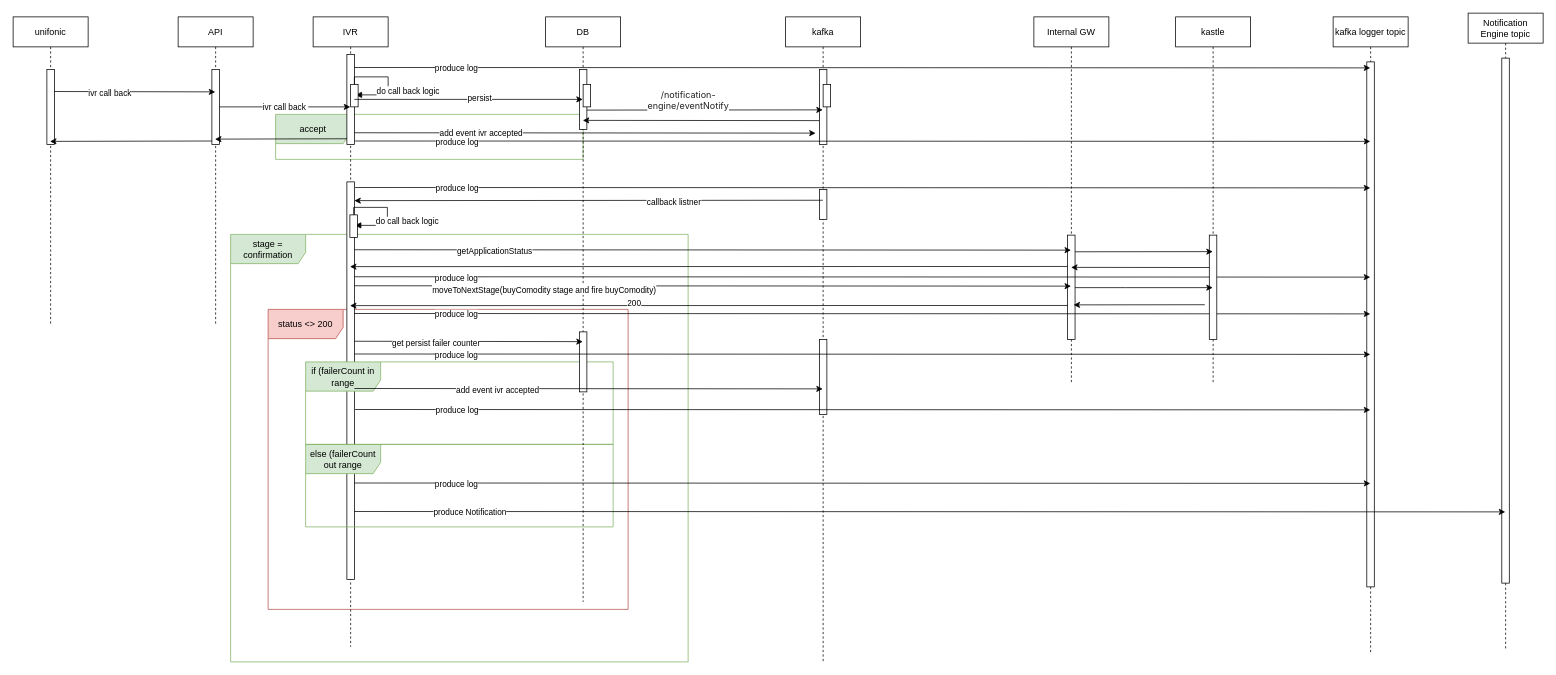
The draw.io diagram page "IVR Call Back Flow" (6 of 15) of IVR2.drawio in MHosnii/DrawIo, before the edit. Source tidied: cells renumbered, new cells numbered last; positions are measured from the earlier drawing's top-left corner, leaving out a move shared by most shapes. Both pictures are drawn from the tidied source at 75%, with x=0, y=0 at pixel (13, 13).
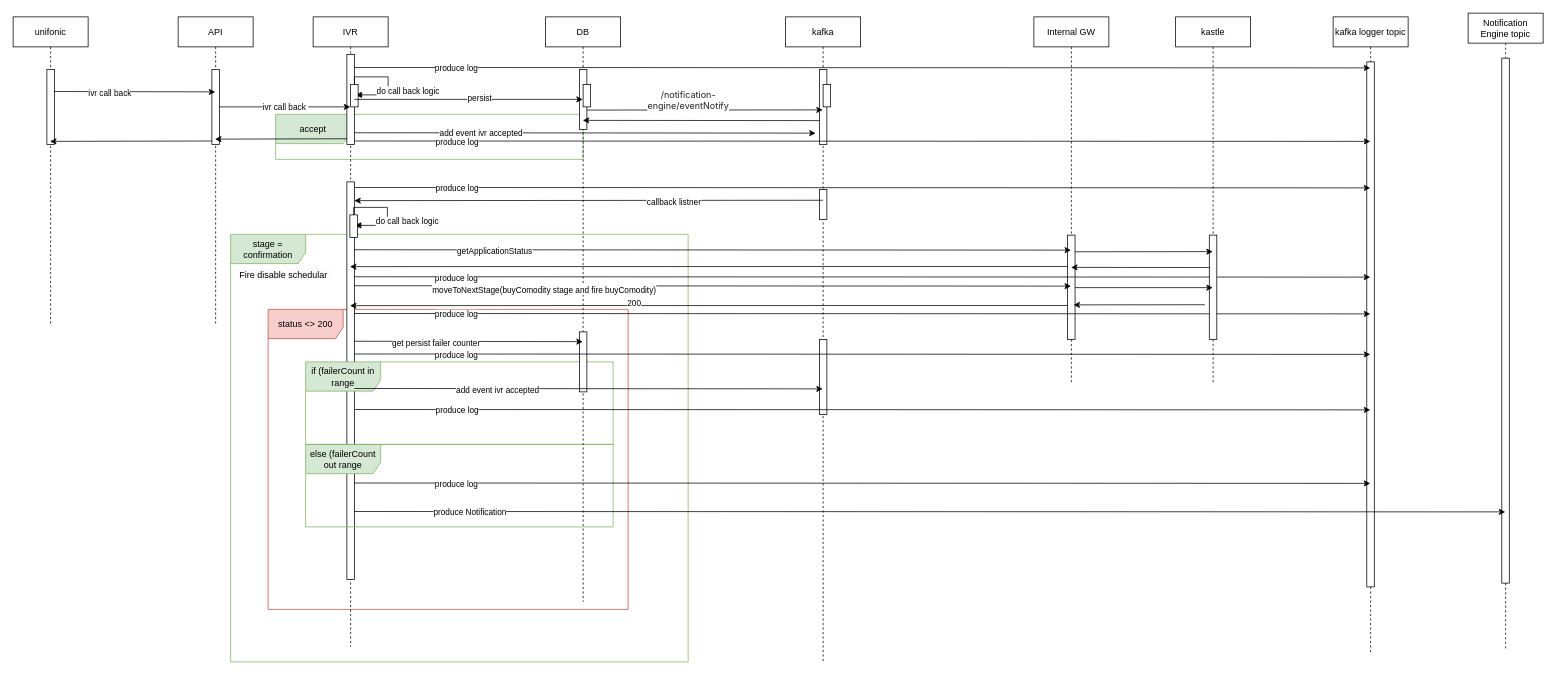
The same diagram, later.

Diff of the diagram source:
```diff
@@
+    <mxCell id="85" value="&lt;span style=&quot;color: rgb(0, 0, 0); font-family: Helvetica; font-size: 12px; font-style: normal; font-variant-ligatures: normal; font-variant-caps: normal; font-weight: 400; letter-spacing: normal; orphans: 2; text-align: center; text-indent: 0px; text-transform: none; widows: 2; word-spacing: 0px; -webkit-text-stroke-width: 0px; white-space: normal; background-color: rgb(251, 251, 251); text-decoration-thickness: initial; text-decoration-style: initial; text-decoration-color: initial; display: inline !important; float: none;&quot;&gt;Fire disable schedular&amp;nbsp;&amp;nbsp;&lt;/span&gt;" style="text;whiteSpace=wrap;html=1;" parent="1" vertex="1">
+      <mxGeometry x="300" y="335" width="141" height="20" as="geometry" />
+    </mxCell>
```
